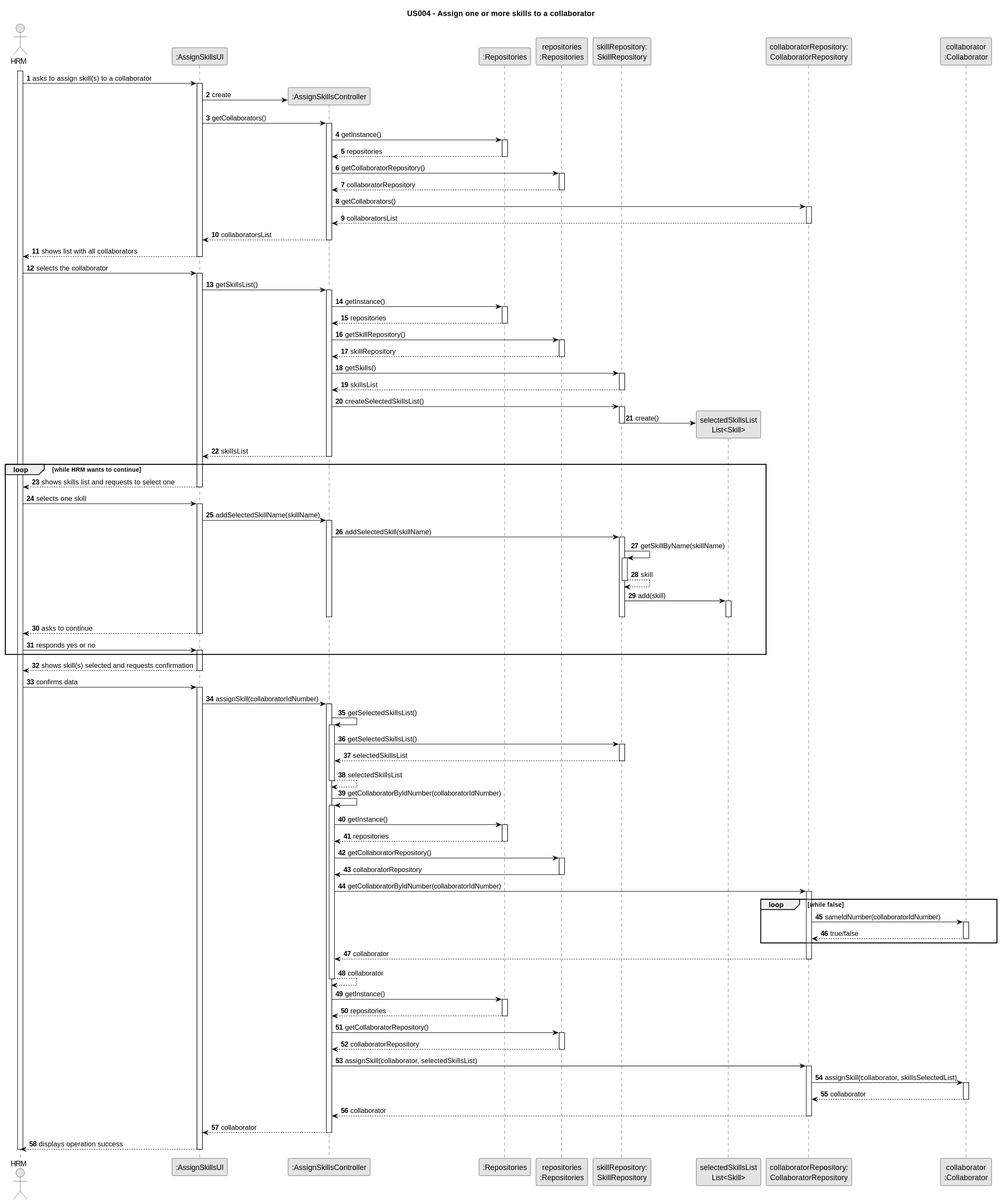
This is docs/sprintB/us004/03.design/svg/us004-sequence-diagram-full.svg from Departamento-de-Engenharia-Informatica/lei-24-s2-1dm-g132, a PlantUML export, as it was before one commit.
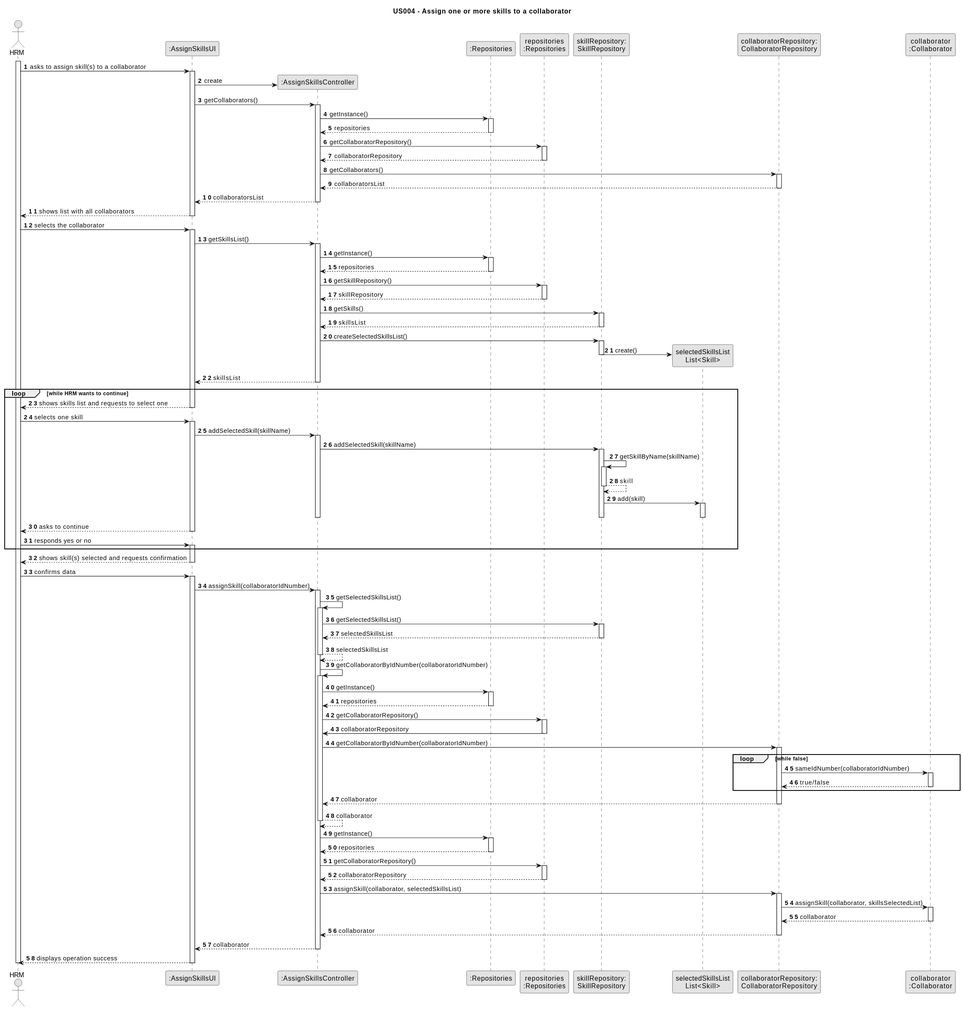
Later version of the same file.

The edit, as a diff of the source:
```diff
@@ -91,7 +91,7 @@
     Employee -> UI : selects one skill
     activate UI
 
-    UI -> CTRL : addSelectedSkillName(skillName)
+    UI -> CTRL : addSelectedSkill(skillName)
     activate CTRL
 
         CTRL -> SkillRepository: addSelectedSkill(skillName)
```
